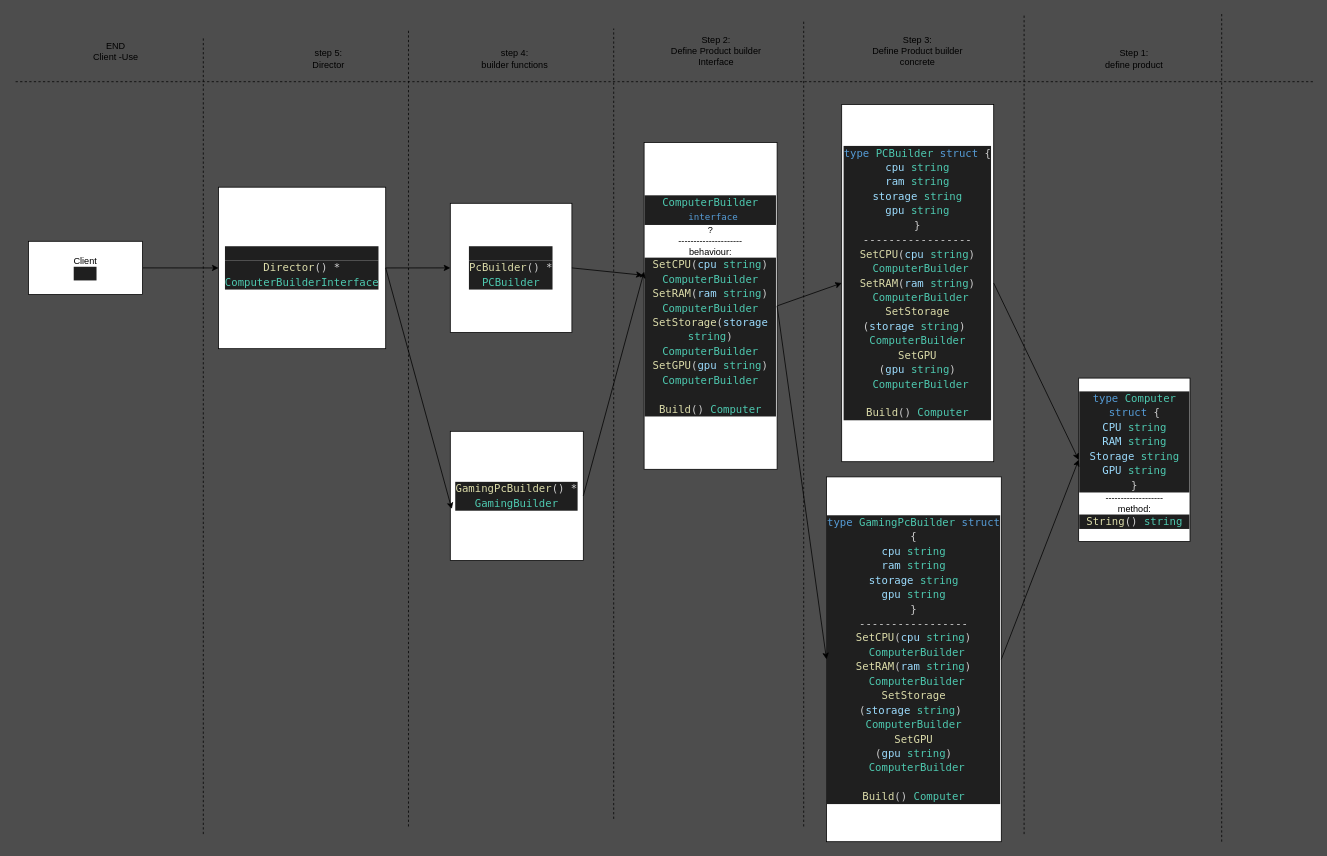
Reza-sd/lem keeps this draw.io diagram as app/designPatterns/creational/Builder/eg-1/builder-1.drawio. Above is the earlier version. Source tidied: cells renumbered, new cells numbered last; positions are measured from the earlier drawing's top-left corner, leaving out a move shared by most shapes. Both pictures are drawn from the tidied source at 76%, with x=0, y=0 at pixel (13, 13).
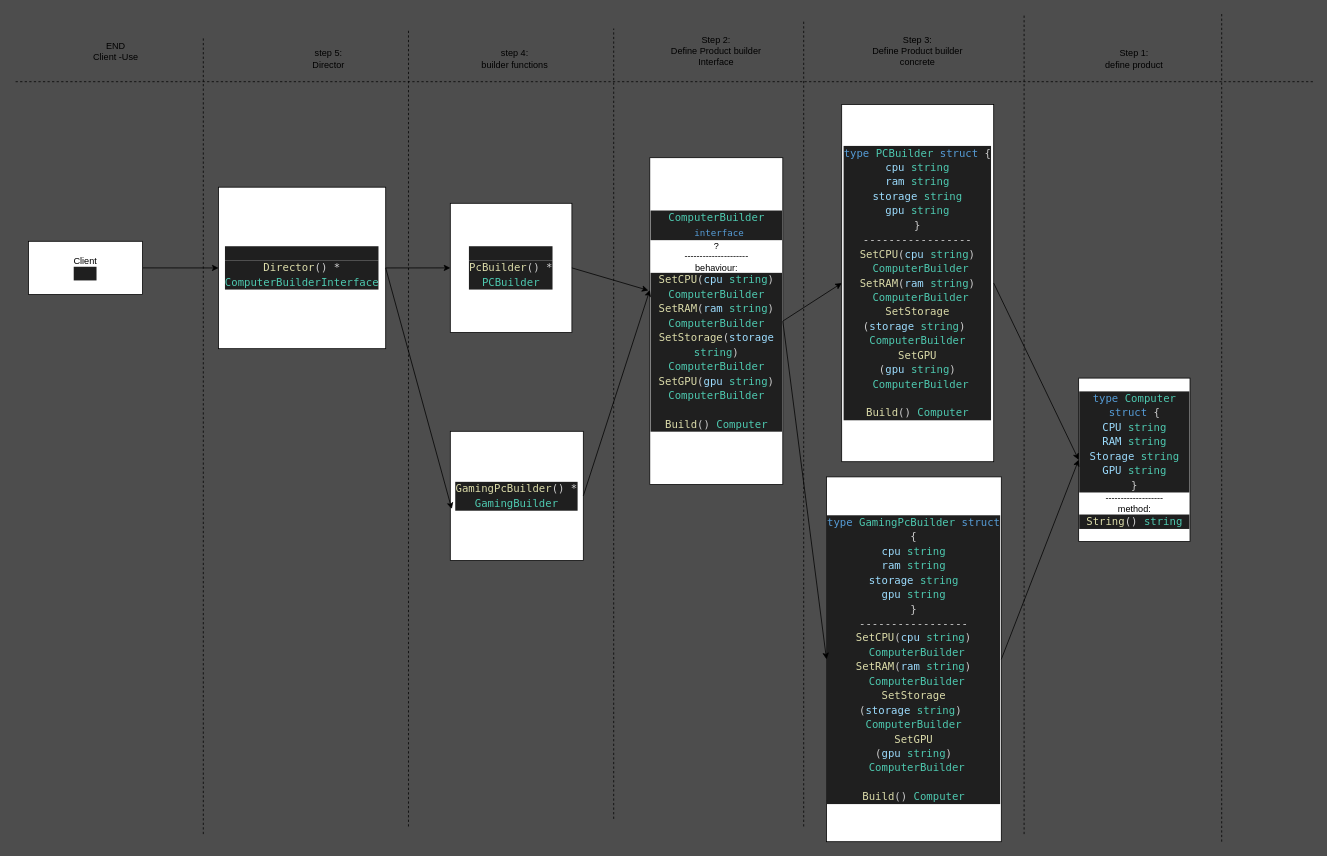
The same diagram, later.

Unchanged cells that the change refers to:
```xml
<mxCell id="23" value="&lt;div style=&quot;color: rgb(204, 204, 204); background-color: rgb(31, 31, 31); font-family: &amp;quot;Droid Sans Mono&amp;quot;, &amp;quot;monospace&amp;quot;, monospace; font-size: 14px; line-height: 19px;&quot;&gt;&lt;/div&gt;&lt;div style=&quot;color: rgb(204, 204, 204); background-color: rgb(31, 31, 31); font-family: &amp;quot;Droid Sans Mono&amp;quot;, &amp;quot;monospace&amp;quot;, monospace; font-size: 14px; line-height: 19px;&quot;&gt;&lt;span style=&quot;color: rgb(220, 220, 170);&quot;&gt;GamingPcBuilder&lt;/span&gt;() &lt;span style=&quot;color: #d4d4d4;&quot;&gt;*&lt;/span&gt;&lt;div style=&quot;line-height: 19px;&quot;&gt;&lt;span style=&quot;color: #4ec9b0;&quot;&gt;GamingBuilder&lt;/span&gt;&lt;/div&gt;&lt;/div&gt;&lt;div style=&quot;color: rgb(204, 204, 204); background-color: rgb(31, 31, 31); font-family: &amp;quot;Droid Sans Mono&amp;quot;, &amp;quot;monospace&amp;quot;, monospace; font-size: 14px; line-height: 19px;&quot;&gt;&lt;div&gt;&lt;/div&gt;&lt;/div&gt;&lt;div style=&quot;color: rgb(204, 204, 204); background-color: rgb(31, 31, 31); font-family: Menlo, Monaco, &amp;quot;Courier New&amp;quot;, monospace; line-height: 18px;&quot;&gt;&lt;/div&gt;&lt;div&gt;&lt;/div&gt;&lt;div&gt;&lt;div style=&quot;color: rgb(204, 204, 204); background-color: rgb(31, 31, 31); font-family: &amp;quot;Droid Sans Mono&amp;quot;, &amp;quot;monospace&amp;quot;, monospace; font-size: 14px; line-height: 19px;&quot;&gt;&lt;/div&gt;&lt;div style=&quot;color: rgb(204, 204, 204); background-color: rgb(31, 31, 31); font-family: Menlo, Monaco, &amp;quot;Courier New&amp;quot;, monospace; line-height: 18px;&quot;&gt;&lt;/div&gt;&lt;div style=&quot;color: rgb(204, 204, 204); background-color: rgb(31, 31, 31); font-family: Menlo, Monaco, &amp;quot;Courier New&amp;quot;, monospace; line-height: 18px;&quot;&gt;&lt;div style=&quot;font-family: &amp;quot;Droid Sans Mono&amp;quot;, &amp;quot;monospace&amp;quot;, monospace; font-size: 14px; line-height: 19px;&quot;&gt;&lt;/div&gt;&lt;div style=&quot;font-family: &amp;quot;Droid Sans Mono&amp;quot;, &amp;quot;monospace&amp;quot;, monospace; font-size: 14px; line-height: 19px;&quot;&gt;&lt;/div&gt;&lt;div style=&quot;font-family: &amp;quot;Droid Sans Mono&amp;quot;, &amp;quot;monospace&amp;quot;, monospace; font-size: 14px; line-height: 19px;&quot;&gt;&lt;div style=&quot;line-height: 19px;&quot;&gt;&lt;/div&gt;&lt;div style=&quot;line-height: 19px;&quot;&gt;&lt;/div&gt;&lt;/div&gt;&lt;/div&gt;&lt;/div&gt;&lt;div&gt;&lt;div style=&quot;color: rgb(204, 204, 204); background-color: rgb(31, 31, 31); font-family: &amp;quot;Droid Sans Mono&amp;quot;, &amp;quot;monospace&amp;quot;, monospace; font-size: 14px; line-height: 19px;&quot;&gt;&lt;/div&gt;&lt;div style=&quot;color: rgb(204, 204, 204); background-color: rgb(31, 31, 31); font-family: &amp;quot;Droid Sans Mono&amp;quot;, &amp;quot;monospace&amp;quot;, monospace; font-size: 14px; line-height: 19px;&quot;&gt;&lt;div style=&quot;line-height: 19px;&quot;&gt;&lt;div&gt;&lt;/div&gt;&lt;div&gt;&lt;/div&gt;&lt;/div&gt;&lt;/div&gt;&lt;div style=&quot;color: rgb(204, 204, 204); background-color: rgb(31, 31, 31); font-family: Menlo, Monaco, &amp;quot;Courier New&amp;quot;, monospace; line-height: 18px;&quot;&gt;&lt;/div&gt;&lt;div style=&quot;color: rgb(204, 204, 204); background-color: rgb(31, 31, 31); font-family: Menlo, Monaco, &amp;quot;Courier New&amp;quot;, monospace; line-height: 18px;&quot;&gt;&lt;/div&gt;&lt;div style=&quot;color: rgb(204, 204, 204); background-color: rgb(31, 31, 31); font-family: Menlo, Monaco, &amp;quot;Courier New&amp;quot;, monospace; line-height: 18px;&quot;&gt;&lt;/div&gt;&lt;/div&gt;&lt;div&gt;&lt;/div&gt;&lt;div&gt;&lt;/div&gt;&lt;div&gt;&lt;/div&gt;" style="rounded=0;whiteSpace=wrap;html=1;" parent="1" vertex="1">
  <mxGeometry x="575" y="550" width="175" height="170" as="geometry" />
</mxCell>
```

Change to the diagram source:
```diff
@@
     <mxCell id="5" value="&lt;div style=&quot;color: rgb(204, 204, 204); background-color: rgb(31, 31, 31); font-family: Menlo, Monaco, &amp;quot;Courier New&amp;quot;, monospace; line-height: 18px;&quot;&gt;&lt;/div&gt;&lt;div&gt;&lt;/div&gt;&lt;div&gt;&lt;div style=&quot;color: rgb(204, 204, 204); background-color: rgb(31, 31, 31); font-family: &amp;quot;Droid Sans Mono&amp;quot;, &amp;quot;monospace&amp;quot;, monospace; font-size: 14px; line-height: 19px;&quot;&gt;&lt;/div&gt;&lt;div style=&quot;color: rgb(204, 204, 204); background-color: rgb(31, 31, 31); font-family: Menlo, Monaco, &amp;quot;Courier New&amp;quot;, monospace; line-height: 18px;&quot;&gt;&lt;/div&gt;&lt;div style=&quot;color: rgb(204, 204, 204); background-color: rgb(31, 31, 31); font-family: Menlo, Monaco, &amp;quot;Courier New&amp;quot;, monospace; line-height: 18px;&quot;&gt;&lt;div style=&quot;font-family: &amp;quot;Droid Sans Mono&amp;quot;, &amp;quot;monospace&amp;quot;, monospace; font-size: 14px; line-height: 19px;&quot;&gt;&lt;/div&gt;&lt;div style=&quot;font-family: &amp;quot;Droid Sans Mono&amp;quot;, &amp;quot;monospace&amp;quot;, monospace; font-size: 14px; line-height: 19px;&quot;&gt;&lt;/div&gt;&lt;div style=&quot;font-family: &amp;quot;Droid Sans Mono&amp;quot;, &amp;quot;monospace&amp;quot;, monospace; font-size: 14px; line-height: 19px;&quot;&gt;&lt;div style=&quot;line-height: 19px;&quot;&gt;&lt;/div&gt;&lt;div style=&quot;line-height: 19px;&quot;&gt;&lt;span style=&quot;color: #4ec9b0;&quot;&gt;ComputerBuilder&lt;/span&gt;&lt;/div&gt;&lt;span style=&quot;font-family: Menlo, Monaco, &amp;quot;Courier New&amp;quot;, monospace; font-size: 12px;&quot;&gt;&amp;nbsp;&lt;/span&gt;&lt;span style=&quot;font-family: Menlo, Monaco, &amp;quot;Courier New&amp;quot;, monospace; font-size: 12px; color: rgb(86, 156, 214);&quot;&gt;interface&lt;/span&gt;&lt;/div&gt;&lt;/div&gt;&lt;span style=&quot;background-color: initial;&quot;&gt;?&lt;/span&gt;&lt;/div&gt;&lt;div&gt;&lt;/div&gt;&lt;div&gt;---------------------&lt;/div&gt;&lt;div&gt;behaviour:&lt;div style=&quot;color: rgb(204, 204, 204); background-color: rgb(31, 31, 31); font-family: &amp;quot;Droid Sans Mono&amp;quot;, &amp;quot;monospace&amp;quot;, monospace; font-size: 14px; line-height: 19px;&quot;&gt;&lt;div style=&quot;line-height: 19px;&quot;&gt;&lt;div&gt;    &lt;span style=&quot;color: #dcdcaa;&quot;&gt;SetCPU&lt;/span&gt;(&lt;span style=&quot;color: #9cdcfe;&quot;&gt;cpu&lt;/span&gt; &lt;span style=&quot;color: #4ec9b0;&quot;&gt;string&lt;/span&gt;) &lt;span style=&quot;color: #4ec9b0;&quot;&gt;ComputerBuilder&lt;/span&gt;&lt;/div&gt;&lt;div&gt;    &lt;span style=&quot;color: #dcdcaa;&quot;&gt;SetRAM&lt;/span&gt;(&lt;span style=&quot;color: #9cdcfe;&quot;&gt;ram&lt;/span&gt; &lt;span style=&quot;color: #4ec9b0;&quot;&gt;string&lt;/span&gt;) &lt;span style=&quot;color: #4ec9b0;&quot;&gt;ComputerBuilder&lt;/span&gt;&lt;/div&gt;&lt;div&gt;    &lt;span style=&quot;color: #dcdcaa;&quot;&gt;SetStorage&lt;/span&gt;(&lt;span style=&quot;color: #9cdcfe;&quot;&gt;storage&lt;/span&gt; &lt;span style=&quot;color: #4ec9b0;&quot;&gt;string&lt;/span&gt;) &lt;span style=&quot;color: #4ec9b0;&quot;&gt;ComputerBuilder&lt;/span&gt;&lt;/div&gt;&lt;div&gt;    &lt;span style=&quot;color: #dcdcaa;&quot;&gt;SetGPU&lt;/span&gt;(&lt;span style=&quot;color: #9cdcfe;&quot;&gt;gpu&lt;/span&gt; &lt;span style=&quot;color: #4ec9b0;&quot;&gt;string&lt;/span&gt;) &lt;span style=&quot;color: #4ec9b0;&quot;&gt;ComputerBuilder&lt;/span&gt;&lt;/div&gt;&lt;br&gt;&lt;div&gt;    &lt;span style=&quot;color: #dcdcaa;&quot;&gt;Build&lt;/span&gt;() &lt;span style=&quot;color: #4ec9b0;&quot;&gt;Computer&lt;/span&gt;&lt;/div&gt;&lt;/div&gt;&lt;/div&gt;&lt;div style=&quot;color: rgb(204, 204, 204); background-color: rgb(31, 31, 31); font-family: &amp;quot;Droid Sans Mono&amp;quot;, &amp;quot;monospace&amp;quot;, monospace; font-size: 14px; line-height: 19px;&quot;&gt;&lt;/div&gt;&lt;div style=&quot;color: rgb(204, 204, 204); background-color: rgb(31, 31, 31); font-family: &amp;quot;Droid Sans Mono&amp;quot;, &amp;quot;monospace&amp;quot;, monospace; font-size: 14px; line-height: 19px;&quot;&gt;&lt;div style=&quot;line-height: 19px;&quot;&gt;&lt;div&gt;&lt;/div&gt;&lt;div&gt;&lt;/div&gt;&lt;/div&gt;&lt;/div&gt;&lt;div style=&quot;color: rgb(204, 204, 204); background-color: rgb(31, 31, 31); font-family: Menlo, Monaco, &amp;quot;Courier New&amp;quot;, monospace; line-height: 18px;&quot;&gt;&lt;/div&gt;&lt;div style=&quot;color: rgb(204, 204, 204); background-color: rgb(31, 31, 31); font-family: Menlo, Monaco, &amp;quot;Courier New&amp;quot;, monospace; line-height: 18px;&quot;&gt;&lt;/div&gt;&lt;div style=&quot;color: rgb(204, 204, 204); background-color: rgb(31, 31, 31); font-family: Menlo, Monaco, &amp;quot;Courier New&amp;quot;, monospace; line-height: 18px;&quot;&gt;&lt;/div&gt;&lt;/div&gt;&lt;div&gt;&lt;/div&gt;&lt;div&gt;&lt;/div&gt;&lt;div&gt;&lt;/div&gt;" style="rounded=0;whiteSpace=wrap;html=1;" parent="1" vertex="1">
-      <mxGeometry x="830" y="170" width="175" height="430" as="geometry" />
+      <mxGeometry x="837.5" y="190" width="175" height="430" as="geometry" />
     </mxCell>
@@
-    <mxCell id="29" style="edgeStyle=none;html=1;exitX=1;exitY=0.5;exitDx=0;exitDy=0;" parent="1" edge="1" source="23">
-      <mxGeometry relative="1" as="geometry">
-        <mxPoint x="830" y="340" as="targetPoint" />
-      </mxGeometry>
+    <mxCell id="29" style="edgeStyle=none;html=1;exitX=1;exitY=0.5;exitDx=0;exitDy=0;entryX=0;entryY=0.405;entryDx=0;entryDy=0;entryPerimeter=0;" parent="1" edge="1" source="23" target="5">
+      <mxGeometry relative="1" as="geometry" />
     </mxCell>
```
